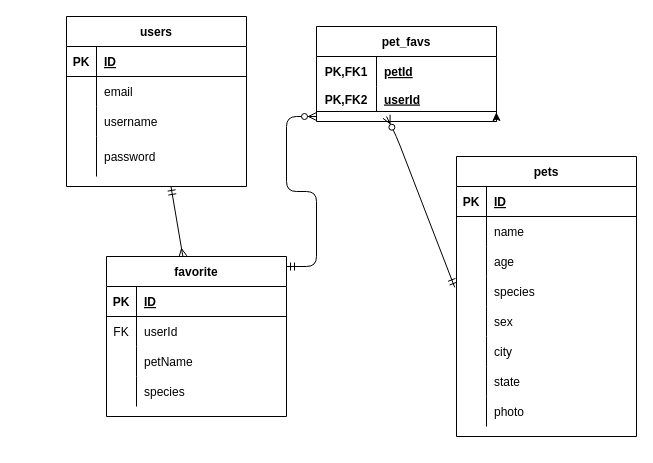
Before: planErd.drawio in gracenarez333/walkie-doggie-proj-2, a draw.io diagram. Source tidied: cells renumbered, new cells numbered last; positions are measured from the earlier drawing's top-left corner, leaving out a move shared by most shapes. Both pictures are drawn from the tidied source at 100%, with x=0, y=0 at pixel (66, 16).
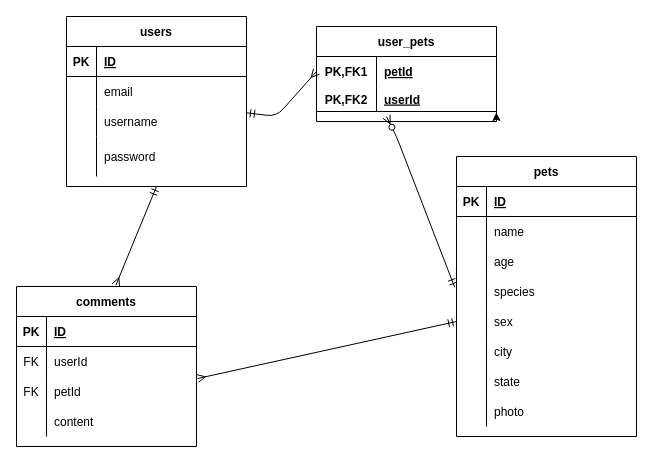
The same page after the edit.

Unchanged cells that the change refers to:
```xml
<mxCell id="3" value="users" style="shape=table;startSize=30;childLayout=tableLayout;rowLines=0;fontStyle=1;align=center;" parent="1" vertex="1">
  <mxGeometry width="180" height="170" as="geometry" />
</mxCell>
<mxCell id="26" style="shape=partialRectangle;fillColor=none;top=0;left=0;bottom=0;right=0;points=[[0,0.5],[1,0.5]];portConstraint=eastwest;" parent="16" vertex="1">
  <mxGeometry y="120" width="180" height="30" as="geometry" />
</mxCell>
<mxCell id="29" style="shape=partialRectangle;fillColor=none;top=0;left=0;bottom=0;right=0;points=[[0,0.5],[1,0.5]];portConstraint=eastwest;" parent="16" vertex="1">
  <mxGeometry y="150" width="180" height="30" as="geometry" />
</mxCell>
<mxCell id="42" style="shape=partialRectangle;fillColor=none;top=0;left=0;bottom=0;right=0;points=[[0,0.5],[1,0.5]];portConstraint=eastwest;" parent="41" vertex="1">
  <mxGeometry y="30" width="180" height="30" as="geometry" />
</mxCell>
```

Change to the diagram source:
```diff
@@
-    <mxCell id="2" style="edgeStyle=none;html=1;startArrow=ERmandOne;startFill=0;endArrow=ERmany;endFill=0;" parent="1" edge="1" source="3" target="49">
-      <mxGeometry relative="1" as="geometry" />
+    <mxCell id="2" style="edgeStyle=none;html=1;startArrow=ERmandOne;startFill=0;endArrow=ERmany;endFill=0;entryX=0;entryY=0.5;entryDx=0;entryDy=0;" parent="1" edge="1" source="3" target="42">
+      <mxGeometry relative="1" as="geometry">
+        <Array as="points">
+          <mxPoint x="210" y="100" />
+        </Array>
+      </mxGeometry>
     </mxCell>
+    <mxCell id="64" style="edgeStyle=none;html=1;exitX=0.5;exitY=1;exitDx=0;exitDy=0;entryX=0.552;entryY=-0.008;entryDx=0;entryDy=0;entryPerimeter=0;startArrow=ERmandOne;startFill=0;endArrow=ERmany;endFill=0;" parent="1" edge="1" source="3" target="65">
+      <mxGeometry relative="1" as="geometry" />
+    </mxCell>
@@
-    <mxCell id="41" value="pet_favs" style="shape=table;startSize=30;childLayout=tableLayout;rowLines=0;fontStyle=1;align=center;" parent="1" vertex="1">
+    <mxCell id="41" value="user_pets" style="shape=table;startSize=30;childLayout=tableLayout;rowLines=0;fontStyle=1;align=center;" parent="1" vertex="1">
       <mxGeometry x="250" y="10" width="180" height="95" as="geometry" />
     </mxCell>
@@
-    <mxCell id="49" value="favorite" style="shape=table;startSize=30;childLayout=tableLayout;rowLines=0;fontStyle=1;align=center;swimlaneFillColor=default;" parent="1" vertex="1">
-      <mxGeometry x="40" y="240" width="180" height="160" as="geometry" />
-    </mxCell>
+    <mxCell id="63" style="fontSize=12;html=1;endArrow=ERzeroToMany;startArrow=ERmandOne;exitX=-0.01;exitY=0.361;exitDx=0;exitDy=0;exitPerimeter=0;" parent="1" edge="1" source="26">
+      <mxGeometry relative="1" as="geometry">
+        <mxPoint x="320" y="100" as="targetPoint" />
+        <Array as="points">
+          <mxPoint x="330" y="120" />
+        </Array>
+      </mxGeometry>
+    </mxCell>
+    <mxCell id="65" value="comments" style="shape=table;startSize=30;childLayout=tableLayout;rowLines=0;fontStyle=1;align=center;" parent="1" vertex="1">
+      <mxGeometry x="-50" y="270" width="180" height="160" as="geometry" />
+    </mxCell>
-    <mxCell id="50" style="shape=partialRectangle;fillColor=none;top=0;left=0;bottom=1;right=0;" parent="49" vertex="1">
+    <mxCell id="50" style="shape=partialRectangle;fillColor=none;top=0;left=0;bottom=1;right=0;" parent="65" vertex="1">
       <mxGeometry y="30" width="180" height="30" as="geometry" />
     </mxCell>
@@
-    <mxCell id="53" style="shape=partialRectangle;fillColor=none;top=0;left=0;bottom=0;right=0;" parent="49" vertex="1">
+    <mxCell id="53" style="shape=partialRectangle;fillColor=none;top=0;left=0;bottom=0;right=0;" parent="65" vertex="1">
       <mxGeometry y="60" width="180" height="30" as="geometry" />
     </mxCell>
-    <mxCell id="54" value="FK" style="shape=partialRectangle;fillColor=none;top=0;left=0;bottom=0;right=0;overflow=hidden;" parent="53" vertex="1">
-      <mxGeometry width="30" height="30" as="geometry" />
-    </mxCell>
+    <mxCell id="66" value="FK" style="shape=partialRectangle;fillColor=none;top=0;left=0;bottom=0;right=0;overflow=hidden;" parent="53" vertex="1">
+      <mxGeometry width="30" height="30" as="geometry" />
+    </mxCell>
@@
-    <mxCell id="56" style="shape=partialRectangle;fillColor=none;top=0;left=0;bottom=0;right=0;points=[[0,0.5],[1,0.5]];portConstraint=eastwest;" parent="49" vertex="1">
+    <mxCell id="56" style="shape=partialRectangle;fillColor=none;top=0;left=0;bottom=0;right=0;points=[[0,0.5],[1,0.5]];portConstraint=eastwest;" parent="65" vertex="1">
       <mxGeometry y="90" width="180" height="30" as="geometry" />
     </mxCell>
-    <mxCell id="57" style="shape=partialRectangle;fillColor=none;top=0;left=0;bottom=0;right=0;overflow=hidden;" parent="56" vertex="1">
-      <mxGeometry width="30" height="30" as="geometry" />
-    </mxCell>
-    <mxCell id="58" value="petName" style="shape=partialRectangle;fillColor=none;top=0;left=0;bottom=0;right=0;align=left;spacingLeft=6;overflow=hidden;" parent="56" vertex="1">
-      <mxGeometry x="30" width="150" height="30" as="geometry" />
-    </mxCell>
+    <mxCell id="67" value="FK" style="shape=partialRectangle;fillColor=none;top=0;left=0;bottom=0;right=0;overflow=hidden;" parent="56" vertex="1">
+      <mxGeometry width="30" height="30" as="geometry" />
+    </mxCell>
+    <mxCell id="68" value="petId" style="shape=partialRectangle;fillColor=none;top=0;left=0;bottom=0;right=0;align=left;spacingLeft=6;overflow=hidden;" parent="56" vertex="1">
+      <mxGeometry x="30" width="150" height="30" as="geometry" />
+    </mxCell>
-    <mxCell id="59" style="shape=partialRectangle;fillColor=none;top=0;left=0;bottom=0;right=0;" parent="49" vertex="1">
+    <mxCell id="59" style="shape=partialRectangle;fillColor=none;top=0;left=0;bottom=0;right=0;" parent="65" vertex="1">
       <mxGeometry y="120" width="180" height="30" as="geometry" />
     </mxCell>
-    <mxCell id="60" style="shape=partialRectangle;fillColor=none;top=0;left=0;bottom=0;right=0;overflow=hidden;" parent="59" vertex="1">
-      <mxGeometry width="30" height="30" as="geometry" />
-    </mxCell>
-    <mxCell id="61" value="species" style="shape=partialRectangle;fillColor=none;top=0;left=0;bottom=0;right=0;align=left;spacingLeft=6;overflow=hidden;" parent="59" vertex="1">
-      <mxGeometry x="30" width="150" height="30" as="geometry" />
-    </mxCell>
-    <mxCell id="62" style="edgeStyle=entityRelationEdgeStyle;fontSize=12;html=1;endArrow=ERzeroToMany;endFill=1;startArrow=ERmandOne;startFill=0;" parent="1" edge="1">
-      <mxGeometry relative="1" as="geometry">
-        <mxPoint x="220" y="250" as="sourcePoint" />
-        <mxPoint x="250" y="100" as="targetPoint" />
-      </mxGeometry>
-    </mxCell>
-    <mxCell id="63" style="fontSize=12;html=1;endArrow=ERzeroToMany;startArrow=ERmandOne;exitX=-0.01;exitY=0.361;exitDx=0;exitDy=0;exitPerimeter=0;" parent="1" edge="1" source="26">
-      <mxGeometry relative="1" as="geometry">
-        <mxPoint x="320" y="100" as="targetPoint" />
-        <Array as="points">
-          <mxPoint x="330" y="120" />
-        </Array>
-      </mxGeometry>
-    </mxCell>
+    <mxCell id="69" style="shape=partialRectangle;fillColor=none;top=0;left=0;bottom=0;right=0;overflow=hidden;" parent="59" vertex="1">
+      <mxGeometry width="30" height="30" as="geometry" />
+    </mxCell>
+    <mxCell id="70" value="content" style="shape=partialRectangle;fillColor=none;top=0;left=0;bottom=0;right=0;align=left;spacingLeft=6;overflow=hidden;" parent="59" vertex="1">
+      <mxGeometry x="30" width="150" height="30" as="geometry" />
+    </mxCell>
+    <mxCell id="71" style="edgeStyle=none;html=1;exitX=0;exitY=0.5;exitDx=0;exitDy=0;startArrow=ERmandOne;startFill=0;endArrow=ERmany;endFill=0;entryX=1.006;entryY=0.067;entryDx=0;entryDy=0;entryPerimeter=0;" parent="1" edge="1" source="29" target="56">
+      <mxGeometry relative="1" as="geometry" />
+    </mxCell>
```
